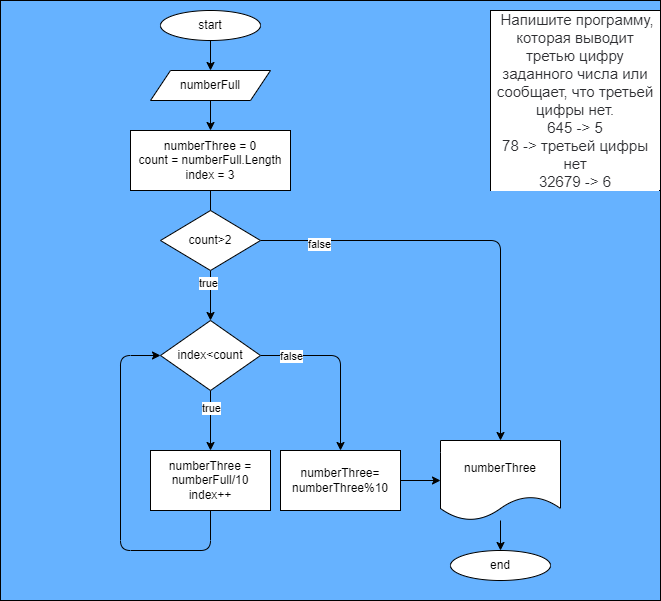
AlexKleimon/CSharp_HomeWork keeps this draw.io diagram as Seminar_2/Task_2/Algor.drawio.png. Above is the earlier version. Source tidied: cells renumbered, new cells last; positions are measured from the earlier drawing's top-left corner, leaving out a move shared by most shapes.
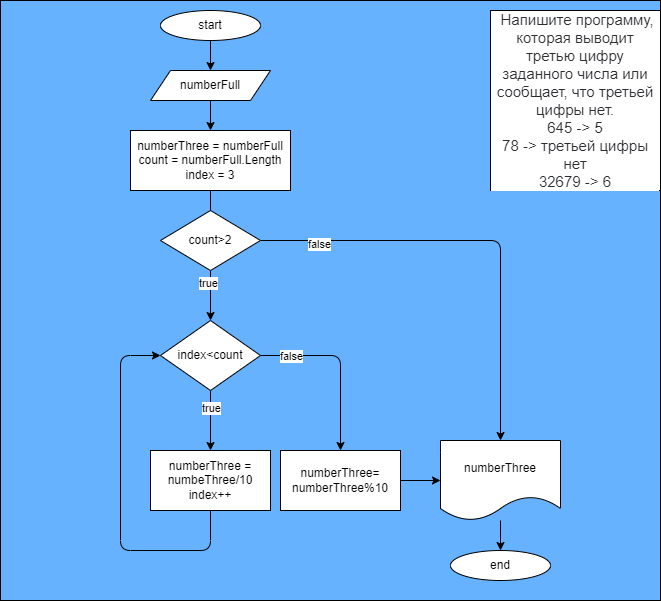
Later version of the same file.

Change to the diagram source:
```diff
@@ -25,7 +25,7 @@
         <mxPoint x="210" y="240" as="targetPoint" />
       </mxGeometry>
     </mxCell>
-    <mxCell id="9" value="numberThree = 0&lt;br&gt;count = numberFull.Length&lt;br&gt;index = 3" style="rounded=0;whiteSpace=wrap;html=1;" parent="1" vertex="1">
+    <mxCell id="9" value="numberThree = numberFull&lt;br&gt;count = numberFull.Length&lt;br&gt;index = 3" style="rounded=0;whiteSpace=wrap;html=1;" parent="1" vertex="1">
       <mxGeometry x="130" y="130" width="160" height="60" as="geometry" />
     </mxCell>
     <mxCell id="10" value="end" style="ellipse;whiteSpace=wrap;html=1;" parent="1" vertex="1">
@@ -59,7 +59,7 @@
         </Array>
       </mxGeometry>
     </mxCell>
-    <mxCell id="17" value="numberThree = numberFull/10&lt;br&gt;index++" style="rounded=0;whiteSpace=wrap;html=1;" parent="1" vertex="1">
+    <mxCell id="17" value="numberThree = numbeThree/10&lt;br&gt;index++" style="rounded=0;whiteSpace=wrap;html=1;" parent="1" vertex="1">
       <mxGeometry x="150" y="450" width="120" height="60" as="geometry" />
     </mxCell>
     <mxCell id="18" style="edgeStyle=none;html=1;entryX=0.5;entryY=0;entryDx=0;entryDy=0;" parent="1" edge="1" source="22" target="17">
```
